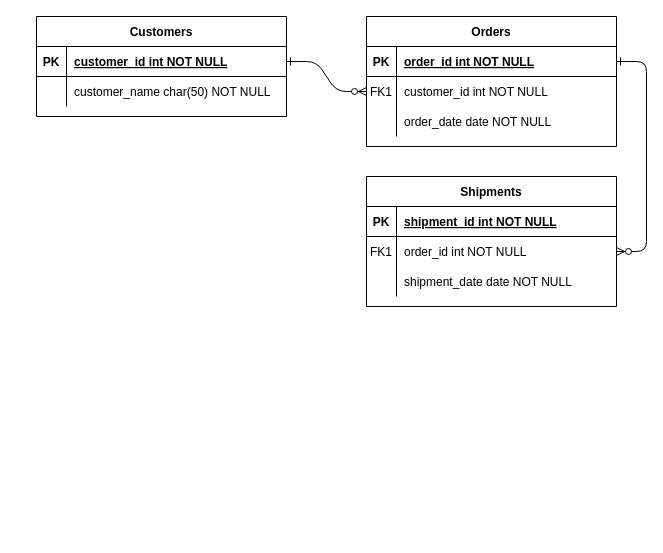
Before: WebTechFinalProject/db/Untitled Diagram.drawio in Lamiorkor/WebTech_A_Team3, a draw.io diagram. Source tidied: cells renumbered, new cells numbered last; positions are measured from the earlier drawing's top-left corner, leaving out a move shared by most shapes. Both pictures are drawn from the tidied source at 100%, with x=0, y=0 at pixel (36, 16).
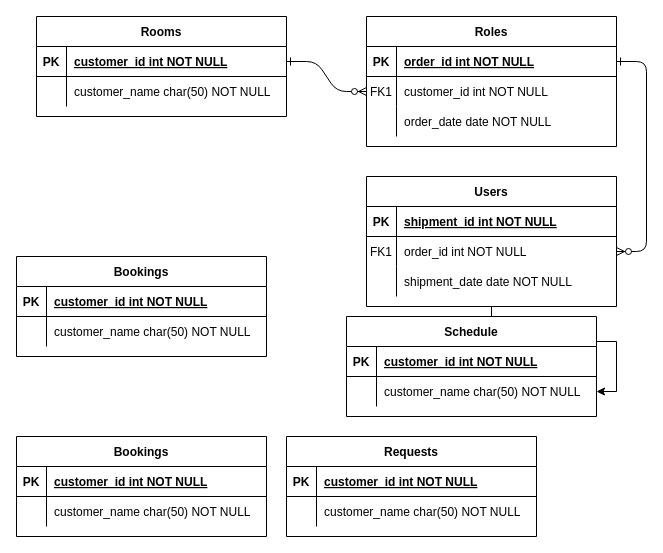
The same page after the edit.

The edit, as a diff of the source:
```diff
@@
-    <mxCell id="4" value="Orders" style="shape=table;startSize=30;childLayout=tableLayout;rowLines=0;fontStyle=1;align=center;" parent="1" vertex="1">
+    <mxCell id="4" value="Roles" style="shape=table;startSize=30;childLayout=tableLayout;rowLines=0;fontStyle=1;align=center;" parent="1" vertex="1">
       <mxGeometry x="330" width="250" height="130" as="geometry" />
     </mxCell>
@@
+    <mxCell id="31" style="edgeStyle=orthogonalEdgeStyle;rounded=0;jettySize=auto;html=1;" parent="1" edge="1" source="14" target="36">
+      <mxGeometry relative="1" as="geometry" />
+    </mxCell>
-    <mxCell id="14" value="Shipments" style="shape=table;startSize=30;childLayout=tableLayout;rowLines=0;fontStyle=1;align=center;" parent="1" vertex="1">
+    <mxCell id="14" value="Users" style="shape=table;startSize=30;childLayout=tableLayout;rowLines=0;fontStyle=1;align=center;" parent="1" vertex="1">
       <mxGeometry x="330" y="160" width="250" height="130" as="geometry" />
     </mxCell>
@@
-    <mxCell id="24" value="Customers" style="shape=table;startSize=30;childLayout=tableLayout;rowLines=0;fontStyle=1;align=center;" parent="1" vertex="1">
+    <mxCell id="24" value="Rooms" style="shape=table;startSize=30;childLayout=tableLayout;rowLines=0;fontStyle=1;align=center;" parent="1" vertex="1">
       <mxGeometry width="250" height="100" as="geometry" />
     </mxCell>
@@
+    <mxCell id="32" value="Schedule" style="shape=table;startSize=30;childLayout=tableLayout;rowLines=0;fontStyle=1;align=center;" parent="1" vertex="1">
+      <mxGeometry x="310" y="300" width="250" height="100" as="geometry" />
+    </mxCell>
+    <mxCell id="33" style="shape=partialRectangle;fillColor=none;top=0;left=0;right=0;bottom=1;" parent="32" vertex="1">
+      <mxGeometry y="30" width="250" height="30" as="geometry" />
+    </mxCell>
+    <mxCell id="34" value="PK" style="shape=partialRectangle;overflow=hidden;fillColor=none;top=0;left=0;bottom=0;right=0;fontStyle=1;" parent="33" vertex="1">
+      <mxGeometry width="30" height="30" as="geometry" />
+    </mxCell>
+    <mxCell id="35" value="customer_id int NOT NULL " style="shape=partialRectangle;overflow=hidden;fillColor=none;top=0;left=0;bottom=0;right=0;align=left;spacingLeft=6;fontStyle=5;" parent="33" vertex="1">
+      <mxGeometry x="30" width="220" height="30" as="geometry" />
+    </mxCell>
+    <mxCell id="36" style="shape=partialRectangle;fillColor=none;points=[[0,0.5],[1,0.5]];portConstraint=eastwest;top=0;left=0;right=0;bottom=0;" parent="32" vertex="1">
+      <mxGeometry y="60" width="250" height="30" as="geometry" />
+    </mxCell>
+    <mxCell id="37" style="shape=partialRectangle;overflow=hidden;fillColor=none;top=0;left=0;bottom=0;right=0;" parent="36" vertex="1">
+      <mxGeometry width="30" height="30" as="geometry" />
+    </mxCell>
+    <mxCell id="38" value="customer_name char(50) NOT NULL" style="shape=partialRectangle;overflow=hidden;fillColor=none;top=0;left=0;bottom=0;right=0;align=left;spacingLeft=6;" parent="36" vertex="1">
+      <mxGeometry x="30" width="220" height="30" as="geometry" />
+    </mxCell>
+    <mxCell id="39" value="Requests" style="shape=table;startSize=30;childLayout=tableLayout;rowLines=0;fontStyle=1;align=center;" parent="1" vertex="1">
+      <mxGeometry x="250" y="420" width="250" height="100" as="geometry" />
+    </mxCell>
+    <mxCell id="40" style="shape=partialRectangle;fillColor=none;top=0;left=0;right=0;bottom=1;" parent="39" vertex="1">
+      <mxGeometry y="30" width="250" height="30" as="geometry" />
+    </mxCell>
+    <mxCell id="41" value="PK" style="shape=partialRectangle;overflow=hidden;fillColor=none;top=0;left=0;bottom=0;right=0;fontStyle=1;" parent="40" vertex="1">
+      <mxGeometry width="30" height="30" as="geometry" />
+    </mxCell>
+    <mxCell id="42" value="customer_id int NOT NULL " style="shape=partialRectangle;overflow=hidden;fillColor=none;top=0;left=0;bottom=0;right=0;align=left;spacingLeft=6;fontStyle=5;" parent="40" vertex="1">
+      <mxGeometry x="30" width="220" height="30" as="geometry" />
+    </mxCell>
+    <mxCell id="43" style="shape=partialRectangle;fillColor=none;top=0;left=0;right=0;bottom=0;" parent="39" vertex="1">
+      <mxGeometry y="60" width="250" height="30" as="geometry" />
+    </mxCell>
+    <mxCell id="44" style="shape=partialRectangle;overflow=hidden;fillColor=none;top=0;left=0;bottom=0;right=0;" parent="43" vertex="1">
+      <mxGeometry width="30" height="30" as="geometry" />
+    </mxCell>
+    <mxCell id="45" value="customer_name char(50) NOT NULL" style="shape=partialRectangle;overflow=hidden;fillColor=none;top=0;left=0;bottom=0;right=0;align=left;spacingLeft=6;" parent="43" vertex="1">
+      <mxGeometry x="30" width="220" height="30" as="geometry" />
+    </mxCell>
+    <mxCell id="46" value="Bookings" style="shape=table;startSize=30;childLayout=tableLayout;rowLines=0;fontStyle=1;align=center;" parent="1" vertex="1">
+      <mxGeometry x="-20" y="240" width="250" height="100" as="geometry" />
+    </mxCell>
+    <mxCell id="47" style="shape=partialRectangle;fillColor=none;top=0;left=0;right=0;bottom=1;" parent="46" vertex="1">
+      <mxGeometry y="30" width="250" height="30" as="geometry" />
+    </mxCell>
+    <mxCell id="48" value="PK" style="shape=partialRectangle;overflow=hidden;fillColor=none;top=0;left=0;bottom=0;right=0;fontStyle=1;" parent="47" vertex="1">
+      <mxGeometry width="30" height="30" as="geometry" />
+    </mxCell>
+    <mxCell id="49" value="customer_id int NOT NULL " style="shape=partialRectangle;overflow=hidden;fillColor=none;top=0;left=0;bottom=0;right=0;align=left;spacingLeft=6;fontStyle=5;" parent="47" vertex="1">
+      <mxGeometry x="30" width="220" height="30" as="geometry" />
+    </mxCell>
+    <mxCell id="50" style="shape=partialRectangle;fillColor=none;top=0;left=0;right=0;bottom=0;" parent="46" vertex="1">
+      <mxGeometry y="60" width="250" height="30" as="geometry" />
+    </mxCell>
+    <mxCell id="51" style="shape=partialRectangle;overflow=hidden;fillColor=none;top=0;left=0;bottom=0;right=0;" parent="50" vertex="1">
+      <mxGeometry width="30" height="30" as="geometry" />
+    </mxCell>
+    <mxCell id="52" value="customer_name char(50) NOT NULL" style="shape=partialRectangle;overflow=hidden;fillColor=none;top=0;left=0;bottom=0;right=0;align=left;spacingLeft=6;" parent="50" vertex="1">
+      <mxGeometry x="30" width="220" height="30" as="geometry" />
+    </mxCell>
+    <mxCell id="53" value="Bookings" style="shape=table;startSize=30;childLayout=tableLayout;rowLines=0;fontStyle=1;align=center;" parent="1" vertex="1">
+      <mxGeometry x="-20" y="420" width="250" height="100" as="geometry" />
+    </mxCell>
+    <mxCell id="54" style="shape=partialRectangle;fillColor=none;top=0;left=0;right=0;bottom=1;" parent="53" vertex="1">
+      <mxGeometry y="30" width="250" height="30" as="geometry" />
+    </mxCell>
+    <mxCell id="55" value="PK" style="shape=partialRectangle;overflow=hidden;fillColor=none;top=0;left=0;bottom=0;right=0;fontStyle=1;" parent="54" vertex="1">
+      <mxGeometry width="30" height="30" as="geometry" />
+    </mxCell>
+    <mxCell id="56" value="customer_id int NOT NULL " style="shape=partialRectangle;overflow=hidden;fillColor=none;top=0;left=0;bottom=0;right=0;align=left;spacingLeft=6;fontStyle=5;" parent="54" vertex="1">
+      <mxGeometry x="30" width="220" height="30" as="geometry" />
+    </mxCell>
+    <mxCell id="57" style="shape=partialRectangle;fillColor=none;top=0;left=0;right=0;bottom=0;" parent="53" vertex="1">
+      <mxGeometry y="60" width="250" height="30" as="geometry" />
+    </mxCell>
+    <mxCell id="58" style="shape=partialRectangle;overflow=hidden;fillColor=none;top=0;left=0;bottom=0;right=0;" parent="57" vertex="1">
+      <mxGeometry width="30" height="30" as="geometry" />
+    </mxCell>
+    <mxCell id="59" value="customer_name char(50) NOT NULL" style="shape=partialRectangle;overflow=hidden;fillColor=none;top=0;left=0;bottom=0;right=0;align=left;spacingLeft=6;" parent="57" vertex="1">
+      <mxGeometry x="30" width="220" height="30" as="geometry" />
+    </mxCell>
```
